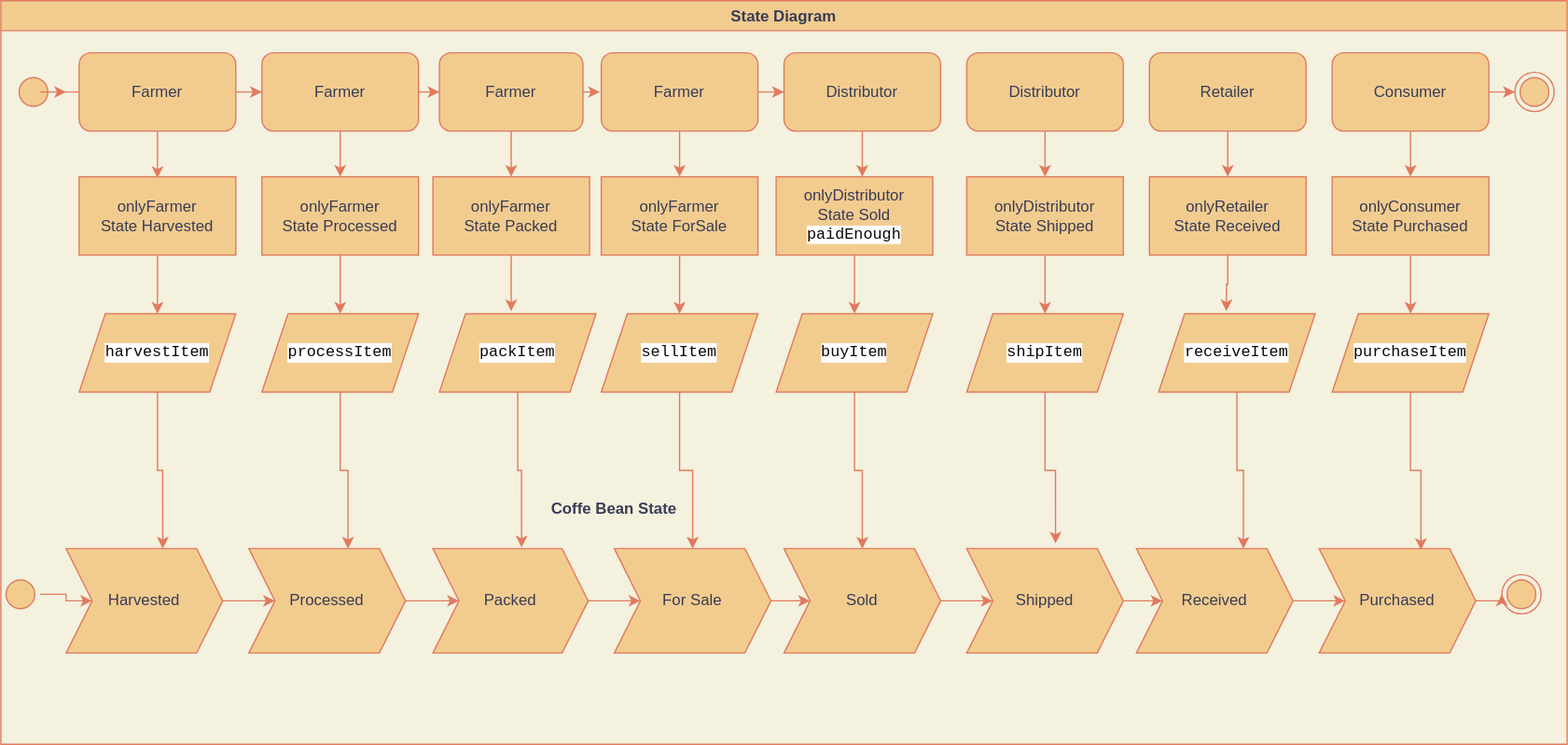
clementtrebuchet/nd1309-Project-6b keeps this draw.io diagram as diagrams/state_diagram.svg. Above is the earlier version. Source tidied: cells renumbered, new cells last; positions are measured from the earlier drawing's top-left corner, leaving out a move shared by most shapes.
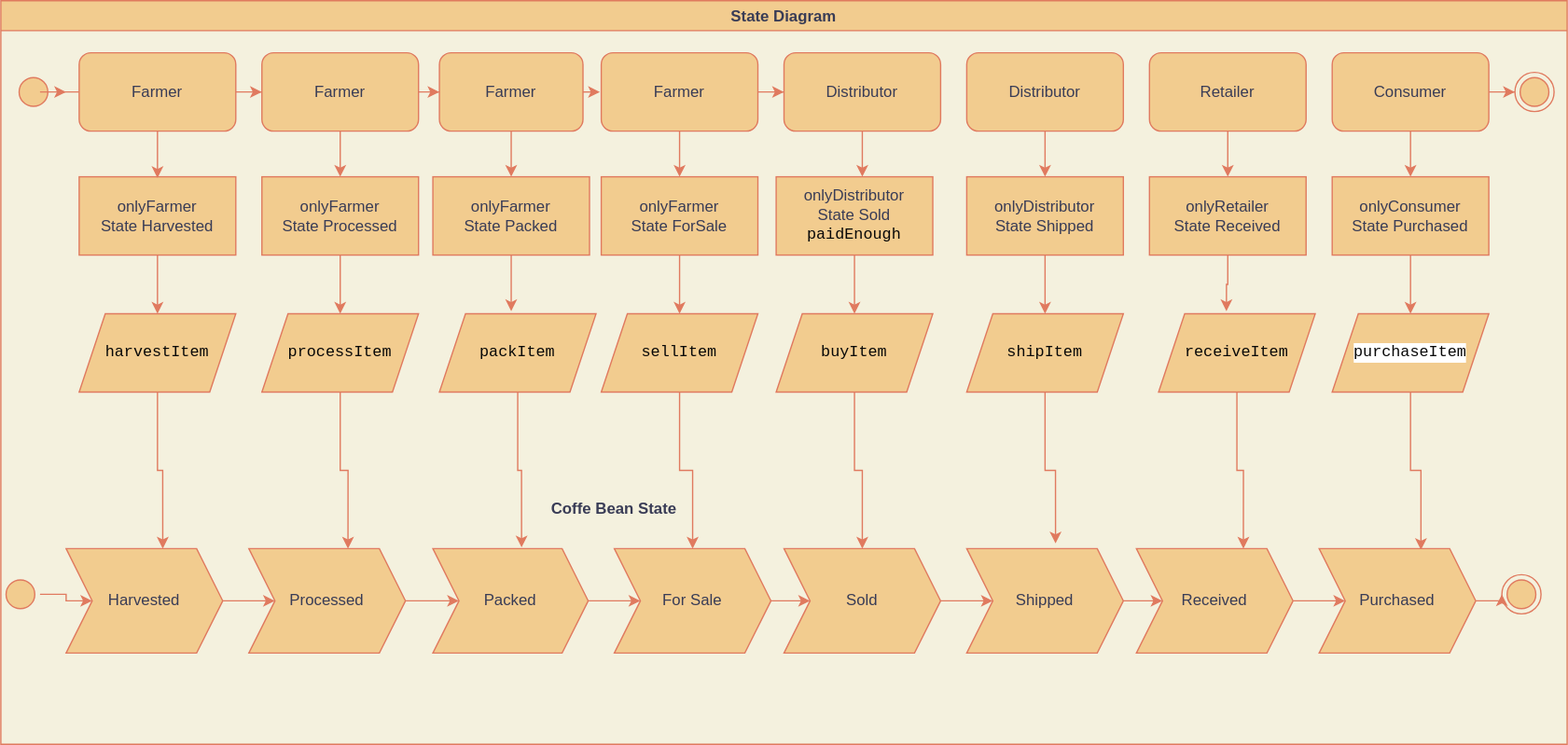
The same diagram one commit later.

Commit message:
Remove the background color of the font

The edit, as a diff of the source:
```diff
@@ -92,7 +92,7 @@
     <mxCell id="30" style="edgeStyle=orthogonalEdgeStyle;rounded=0;jettySize=auto;html=1;entryX=0.5;entryY=0;entryDx=0;entryDy=0;labelBackgroundColor=#F4F1DE;strokeColor=#E07A5F;fontColor=#393C56;" parent="2" edge="1" source="31" target="47">
       <mxGeometry relative="1" as="geometry" />
     </mxCell>
-    <mxCell id="31" value="onlyDistributor&lt;br&gt;State Sold&lt;br&gt;&lt;span style=&quot;background-color: rgb(255 , 255 , 255) ; color: rgb(8 , 8 , 8) ; font-family: &amp;#34;jetbrains mono&amp;#34; , monospace&quot;&gt;paidEnough&lt;/span&gt;" style="rounded=0;whiteSpace=wrap;html=1;fillColor=#F2CC8F;strokeColor=#E07A5F;fontColor=#393C56;" parent="2" vertex="1">
+    <mxCell id="31" value="onlyDistributor&lt;br&gt;State Sold&lt;br&gt;&lt;span style=&quot;color: rgb(8 , 8 , 8) ; font-family: &amp;#34;jetbrains mono&amp;#34; , monospace&quot;&gt;paidEnough&lt;/span&gt;" style="rounded=0;whiteSpace=wrap;html=1;fillColor=#F2CC8F;strokeColor=#E07A5F;fontColor=#393C56;" parent="2" vertex="1">
       <mxGeometry x="594" y="135" width="120" height="60" as="geometry" />
     </mxCell>
     <mxCell id="32" style="edgeStyle=orthogonalEdgeStyle;rounded=0;jettySize=auto;html=1;entryX=0.5;entryY=0;entryDx=0;entryDy=0;labelBackgroundColor=#F4F1DE;strokeColor=#E07A5F;fontColor=#393C56;" parent="2" edge="1" source="33" target="49">
@@ -116,43 +116,43 @@
     <mxCell id="38" style="edgeStyle=orthogonalEdgeStyle;rounded=0;jettySize=auto;html=1;entryX=0.617;entryY=0;entryDx=0;entryDy=0;entryPerimeter=0;labelBackgroundColor=#F4F1DE;strokeColor=#E07A5F;fontColor=#393C56;" parent="2" edge="1" source="39" target="55">
       <mxGeometry relative="1" as="geometry" />
     </mxCell>
-    <mxCell id="39" value="&lt;pre style=&quot;background-color: #ffffff ; color: #080808 ; font-family: &amp;#34;jetbrains mono&amp;#34; , monospace ; font-size: 9 0pt&quot;&gt;&lt;pre style=&quot;font-family: &amp;#34;jetbrains mono&amp;#34; , monospace&quot;&gt;harvestItem&lt;/pre&gt;&lt;/pre&gt;" style="shape=parallelogram;perimeter=parallelogramPerimeter;whiteSpace=wrap;html=1;fixedSize=1;fillColor=#F2CC8F;strokeColor=#E07A5F;fontColor=#393C56;" parent="2" vertex="1">
+    <mxCell id="39" value="&lt;pre style=&quot;color: rgb(8 , 8 , 8) ; font-family: &amp;#34;jetbrains mono&amp;#34; , monospace&quot;&gt;&lt;pre style=&quot;font-family: &amp;#34;jetbrains mono&amp;#34; , monospace&quot;&gt;harvestItem&lt;/pre&gt;&lt;/pre&gt;" style="shape=parallelogram;perimeter=parallelogramPerimeter;whiteSpace=wrap;html=1;fixedSize=1;fillColor=#F2CC8F;strokeColor=#E07A5F;fontColor=#393C56;" parent="2" vertex="1">
       <mxGeometry x="60" y="240" width="120" height="60" as="geometry" />
     </mxCell>
     <mxCell id="40" style="edgeStyle=orthogonalEdgeStyle;rounded=0;jettySize=auto;html=1;entryX=0.633;entryY=0;entryDx=0;entryDy=0;entryPerimeter=0;labelBackgroundColor=#F4F1DE;strokeColor=#E07A5F;fontColor=#393C56;" parent="2" edge="1" source="41" target="57">
       <mxGeometry relative="1" as="geometry" />
     </mxCell>
-    <mxCell id="41" value="&lt;pre style=&quot;background-color: #ffffff ; color: #080808 ; font-family: &amp;#34;jetbrains mono&amp;#34; , monospace ; font-size: 9 0pt&quot;&gt;processItem&lt;/pre&gt;" style="shape=parallelogram;perimeter=parallelogramPerimeter;whiteSpace=wrap;html=1;fixedSize=1;fillColor=#F2CC8F;strokeColor=#E07A5F;fontColor=#393C56;" parent="2" vertex="1">
+    <mxCell id="41" value="&lt;pre style=&quot;color: rgb(8 , 8 , 8) ; font-family: &amp;#34;jetbrains mono&amp;#34; , monospace&quot;&gt;processItem&lt;/pre&gt;" style="shape=parallelogram;perimeter=parallelogramPerimeter;whiteSpace=wrap;html=1;fixedSize=1;fillColor=#F2CC8F;strokeColor=#E07A5F;fontColor=#393C56;" parent="2" vertex="1">
       <mxGeometry x="200" y="240" width="120" height="60" as="geometry" />
     </mxCell>
     <mxCell id="42" style="edgeStyle=orthogonalEdgeStyle;rounded=0;jettySize=auto;html=1;entryX=0.571;entryY=-0.012;entryDx=0;entryDy=0;entryPerimeter=0;labelBackgroundColor=#F4F1DE;strokeColor=#E07A5F;fontColor=#393C56;" parent="2" edge="1" source="43" target="59">
       <mxGeometry relative="1" as="geometry" />
     </mxCell>
-    <mxCell id="43" value="&lt;pre style=&quot;background-color: #ffffff ; color: #080808 ; font-family: &amp;#34;jetbrains mono&amp;#34; , monospace ; font-size: 9 0pt&quot;&gt;packItem&lt;/pre&gt;" style="shape=parallelogram;perimeter=parallelogramPerimeter;whiteSpace=wrap;html=1;fixedSize=1;fillColor=#F2CC8F;strokeColor=#E07A5F;fontColor=#393C56;" parent="2" vertex="1">
+    <mxCell id="43" value="&lt;pre style=&quot;color: rgb(8 , 8 , 8) ; font-family: &amp;#34;jetbrains mono&amp;#34; , monospace&quot;&gt;packItem&lt;/pre&gt;" style="shape=parallelogram;perimeter=parallelogramPerimeter;whiteSpace=wrap;html=1;fixedSize=1;fillColor=#F2CC8F;strokeColor=#E07A5F;fontColor=#393C56;" parent="2" vertex="1">
       <mxGeometry x="336" y="240" width="120" height="60" as="geometry" />
     </mxCell>
     <mxCell id="44" style="edgeStyle=orthogonalEdgeStyle;rounded=0;jettySize=auto;html=1;entryX=0.5;entryY=0;entryDx=0;entryDy=0;labelBackgroundColor=#F4F1DE;strokeColor=#E07A5F;fontColor=#393C56;" parent="2" edge="1" source="45" target="61">
       <mxGeometry relative="1" as="geometry" />
     </mxCell>
-    <mxCell id="45" value="&lt;pre style=&quot;background-color: #ffffff ; color: #080808 ; font-family: &amp;#34;jetbrains mono&amp;#34; , monospace ; font-size: 9 0pt&quot;&gt;sellItem&lt;/pre&gt;" style="shape=parallelogram;perimeter=parallelogramPerimeter;whiteSpace=wrap;html=1;fixedSize=1;fillColor=#F2CC8F;strokeColor=#E07A5F;fontColor=#393C56;" parent="2" vertex="1">
+    <mxCell id="45" value="&lt;pre style=&quot;color: rgb(8 , 8 , 8) ; font-family: &amp;#34;jetbrains mono&amp;#34; , monospace&quot;&gt;sellItem&lt;/pre&gt;" style="shape=parallelogram;perimeter=parallelogramPerimeter;whiteSpace=wrap;html=1;fixedSize=1;fillColor=#F2CC8F;strokeColor=#E07A5F;fontColor=#393C56;" parent="2" vertex="1">
       <mxGeometry x="460" y="240" width="120" height="60" as="geometry" />
     </mxCell>
     <mxCell id="46" style="edgeStyle=orthogonalEdgeStyle;rounded=0;jettySize=auto;html=1;entryX=0.5;entryY=0;entryDx=0;entryDy=0;labelBackgroundColor=#F4F1DE;strokeColor=#E07A5F;fontColor=#393C56;" parent="2" edge="1" source="47" target="63">
       <mxGeometry relative="1" as="geometry" />
     </mxCell>
-    <mxCell id="47" value="&lt;pre style=&quot;background-color: #ffffff ; color: #080808 ; font-family: &amp;#34;jetbrains mono&amp;#34; , monospace ; font-size: 9 0pt&quot;&gt;buyItem&lt;/pre&gt;" style="shape=parallelogram;perimeter=parallelogramPerimeter;whiteSpace=wrap;html=1;fixedSize=1;fillColor=#F2CC8F;strokeColor=#E07A5F;fontColor=#393C56;" parent="2" vertex="1">
+    <mxCell id="47" value="&lt;pre style=&quot;color: rgb(8 , 8 , 8) ; font-family: &amp;#34;jetbrains mono&amp;#34; , monospace&quot;&gt;buyItem&lt;/pre&gt;" style="shape=parallelogram;perimeter=parallelogramPerimeter;whiteSpace=wrap;html=1;fixedSize=1;fillColor=#F2CC8F;strokeColor=#E07A5F;fontColor=#393C56;" parent="2" vertex="1">
       <mxGeometry x="594" y="240" width="120" height="60" as="geometry" />
     </mxCell>
     <mxCell id="48" style="edgeStyle=orthogonalEdgeStyle;rounded=0;jettySize=auto;html=1;entryX=0.567;entryY=-0.05;entryDx=0;entryDy=0;entryPerimeter=0;labelBackgroundColor=#F4F1DE;strokeColor=#E07A5F;fontColor=#393C56;" parent="2" edge="1" source="49" target="65">
       <mxGeometry relative="1" as="geometry" />
     </mxCell>
-    <mxCell id="49" value="&lt;pre style=&quot;background-color: #ffffff ; color: #080808 ; font-family: &amp;#34;jetbrains mono&amp;#34; , monospace ; font-size: 9 0pt&quot;&gt;shipItem&lt;/pre&gt;" style="shape=parallelogram;perimeter=parallelogramPerimeter;whiteSpace=wrap;html=1;fixedSize=1;fillColor=#F2CC8F;strokeColor=#E07A5F;fontColor=#393C56;" parent="2" vertex="1">
+    <mxCell id="49" value="&lt;pre style=&quot;color: rgb(8 , 8 , 8) ; font-family: &amp;#34;jetbrains mono&amp;#34; , monospace&quot;&gt;shipItem&lt;/pre&gt;" style="shape=parallelogram;perimeter=parallelogramPerimeter;whiteSpace=wrap;html=1;fixedSize=1;fillColor=#F2CC8F;strokeColor=#E07A5F;fontColor=#393C56;" parent="2" vertex="1">
       <mxGeometry x="740" y="240" width="120" height="60" as="geometry" />
     </mxCell>
     <mxCell id="50" style="edgeStyle=orthogonalEdgeStyle;rounded=0;jettySize=auto;html=1;entryX=0.683;entryY=0;entryDx=0;entryDy=0;entryPerimeter=0;labelBackgroundColor=#F4F1DE;strokeColor=#E07A5F;fontColor=#393C56;" parent="2" edge="1" source="51" target="67">
       <mxGeometry relative="1" as="geometry" />
     </mxCell>
-    <mxCell id="51" value="&lt;pre style=&quot;background-color: #ffffff ; color: #080808 ; font-family: &amp;#34;jetbrains mono&amp;#34; , monospace ; font-size: 9 0pt&quot;&gt;receiveItem&lt;/pre&gt;" style="shape=parallelogram;perimeter=parallelogramPerimeter;whiteSpace=wrap;html=1;fixedSize=1;fillColor=#F2CC8F;strokeColor=#E07A5F;fontColor=#393C56;" parent="2" vertex="1">
+    <mxCell id="51" value="&lt;pre style=&quot;color: rgb(8 , 8 , 8) ; font-family: &amp;#34;jetbrains mono&amp;#34; , monospace&quot;&gt;receiveItem&lt;/pre&gt;" style="shape=parallelogram;perimeter=parallelogramPerimeter;whiteSpace=wrap;html=1;fixedSize=1;fillColor=#F2CC8F;strokeColor=#E07A5F;fontColor=#393C56;" parent="2" vertex="1">
       <mxGeometry x="887" y="240" width="120" height="60" as="geometry" />
     </mxCell>
     <mxCell id="52" style="edgeStyle=orthogonalEdgeStyle;rounded=0;jettySize=auto;html=1;entryX=0.65;entryY=0.013;entryDx=0;entryDy=0;entryPerimeter=0;labelBackgroundColor=#F4F1DE;strokeColor=#E07A5F;fontColor=#393C56;" parent="2" edge="1" source="53" target="69">
```
